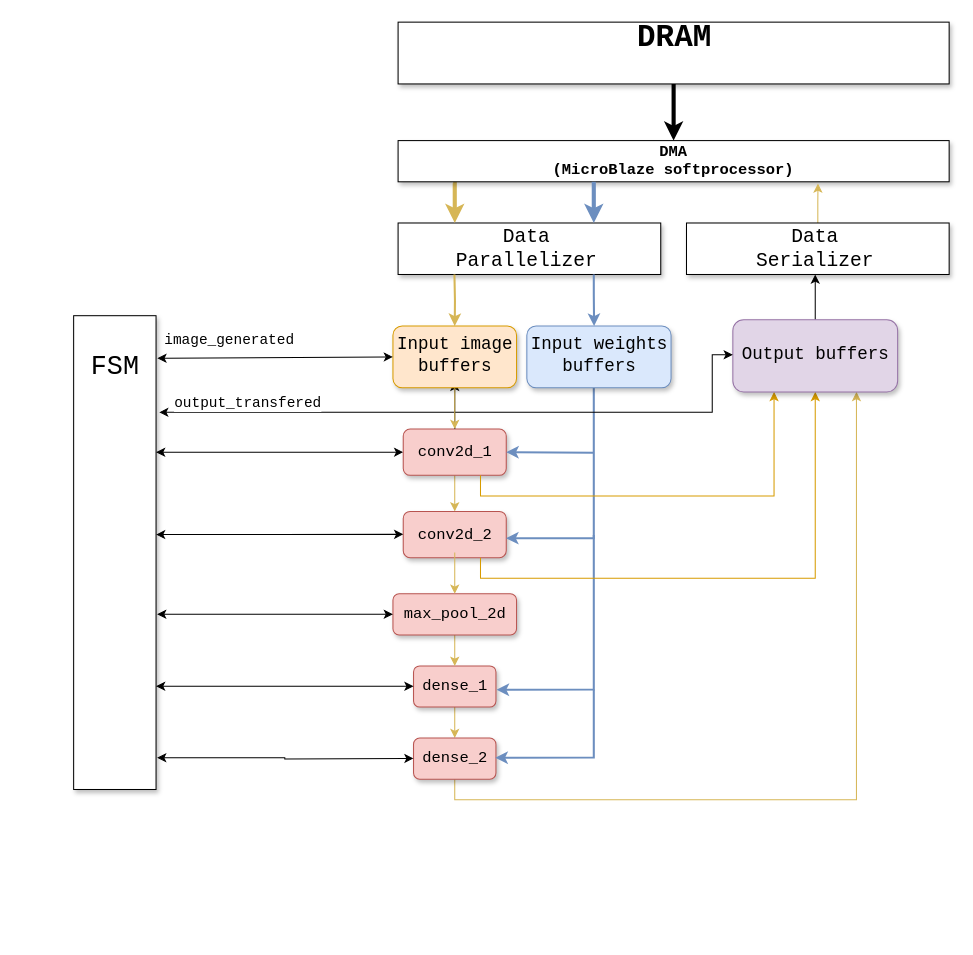
Earlier version of the draw.io diagram Accelerator architecture.drawio (RayWright27/SystemC-CNN-test-model). Source tidied: cells renumbered, new cells numbered last; positions are measured from the earlier drawing's top-left corner, leaving out a move shared by most shapes. Both pictures are drawn from the tidied source at 103%, with x=0, y=0 at pixel (73, 22).
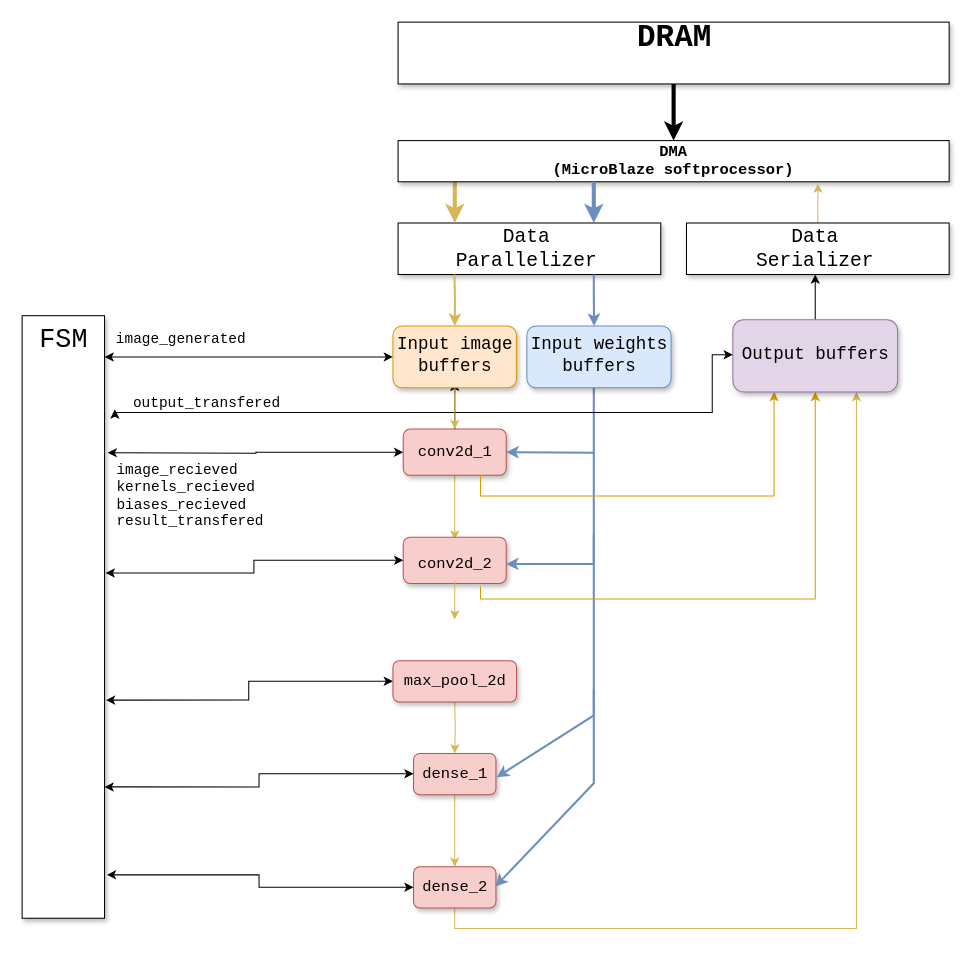
The same diagram, later.

The change refers to these unchanged cells:
```xml
<mxCell id="11" style="rounded=1;whiteSpace=wrap;html=1;shadow=1;fontFamily=Courier New;fontSize=26;fillColor=#f8cecc;strokeColor=#b85450;" parent="1" vertex="1">
  <mxGeometry x="320" y="395" width="100" height="45" as="geometry" />
</mxCell>
<mxCell id="40" style="rounded=1;whiteSpace=wrap;html=1;shadow=1;fontFamily=Courier New;fontSize=19;fillColor=#e1d5e7;strokeColor=#9673a6;" parent="1" vertex="1">
  <mxGeometry x="640" y="289" width="160" height="70" as="geometry" />
</mxCell>
<mxCell id="42" value="&lt;font style=&quot;font-size: 17px&quot;&gt;Output buffers&lt;/font&gt;" style="text;html=1;align=center;verticalAlign=middle;points=[];fillColor=none;strokeColor=none;rounded=0;shadow=1;fontFamily=Courier New;fontSize=19;" parent="1" vertex="1">
  <mxGeometry x="640" y="308" width="160" height="30" as="geometry" />
</mxCell>
```

Diff of the diagram source:
```diff
@@
-    <mxCell id="3" style="edgeStyle=orthogonalEdgeStyle;rounded=0;jettySize=auto;html=1;fontFamily=Courier New;fontSize=17;strokeColor=#000000;strokeWidth=1;exitX=1;exitY=0.288;exitDx=0;exitDy=0;exitPerimeter=0;startArrow=classic;startFill=1;" parent="1" edge="1" source="8" target="11">
-      <mxGeometry relative="1" as="geometry" />
+    <mxCell id="3" value="&lt;div&gt;image_recieved&lt;/div&gt;&lt;div&gt;kernels_recieved&lt;/div&gt;&lt;div&gt;biases_recieved&lt;/div&gt;&lt;div&gt;result_transfered&lt;br&gt;&lt;/div&gt;" style="edgeStyle=orthogonalEdgeStyle;rounded=0;jettySize=auto;html=1;fontFamily=Courier New;fontSize=14;strokeColor=#000000;strokeWidth=1;startArrow=classic;startFill=1;align=left;" parent="1" edge="1" target="11">
+      <mxGeometry x="-0.95" y="-42" relative="1" as="geometry">
+        <mxPoint x="33" y="418" as="sourcePoint" />
+      </mxGeometry>
     </mxCell>
@@
     <mxCell id="5" style="rounded=1;whiteSpace=wrap;html=1;shadow=1;fontFamily=Courier New;fontSize=15;fillColor=#f8cecc;strokeColor=#b85450;" parent="1" vertex="1">
-      <mxGeometry x="330" y="625" width="80" height="40" as="geometry" />
+      <mxGeometry x="330" y="710" width="80" height="40" as="geometry" />
     </mxCell>
-    <mxCell id="6" style="edgeStyle=orthogonalEdgeStyle;rounded=0;jettySize=auto;html=1;entryX=0.5;entryY=0;entryDx=0;entryDy=0;fontFamily=Courier New;fontSize=15;fillColor=#fff2cc;strokeColor=#d6b656;" parent="1" edge="1" source="7" target="5">
-      <mxGeometry relative="1" as="geometry" />
+    <mxCell id="6" style="edgeStyle=orthogonalEdgeStyle;rounded=0;jettySize=auto;html=1;entryX=0.5;entryY=0;entryDx=0;entryDy=0;fontFamily=Courier New;fontSize=15;fillColor=#fff2cc;strokeColor=#d6b656;" parent="1" edge="1" target="5">
+      <mxGeometry relative="1" as="geometry">
+        <mxPoint x="370" y="660" as="sourcePoint" />
+      </mxGeometry>
     </mxCell>
     <mxCell id="7" style="rounded=1;whiteSpace=wrap;html=1;shadow=1;fontFamily=Courier New;fontSize=15;fillColor=#f8cecc;strokeColor=#b85450;" parent="1" vertex="1">
-      <mxGeometry x="310" y="555" width="120" height="40" as="geometry" />
+      <mxGeometry x="310" y="620" width="120" height="40" as="geometry" />
     </mxCell>
     <mxCell id="8" style="rounded=0;whiteSpace=wrap;html=1;shadow=1;" parent="1" vertex="1">
-      <mxGeometry y="285" width="80" height="460" as="geometry" />
+      <mxGeometry x="-50" y="285" width="80" height="585" as="geometry" />
     </mxCell>
     <mxCell id="9" value="&lt;font style=&quot;font-size: 26px&quot; face=&quot;Courier New&quot;&gt;FSM&lt;/font&gt;" style="text;html=1;align=center;verticalAlign=middle;fillColor=none;strokeColor=none;rounded=0;shadow=1;sketch=0;glass=0;" parent="1" vertex="1">
-      <mxGeometry x="10" y="325" width="60" height="20" as="geometry" />
+      <mxGeometry x="-40" y="299" width="60" height="20" as="geometry" />
     </mxCell>
@@
     <mxCell id="14" style="rounded=1;whiteSpace=wrap;html=1;shadow=1;fontFamily=Courier New;fontSize=26;fillColor=#f8cecc;strokeColor=#b85450;" parent="1" vertex="1">
-      <mxGeometry x="320" y="475" width="100" height="45" as="geometry" />
+      <mxGeometry x="320" y="500" width="100" height="45" as="geometry" />
     </mxCell>
     <mxCell id="15" style="edgeStyle=orthogonalEdgeStyle;rounded=0;jettySize=auto;html=1;fontFamily=Courier New;fontSize=15;fillColor=#fff2cc;strokeColor=#d6b656;" parent="1" edge="1" source="16">
       <mxGeometry relative="1" as="geometry">
-        <mxPoint x="370" y="555" as="targetPoint" />
+        <mxPoint x="370" y="580" as="targetPoint" />
         <Array as="points">
-          <mxPoint x="370" y="545" />
-          <mxPoint x="370" y="545" />
+          <mxPoint x="370" y="570" />
+          <mxPoint x="370" y="570" />
         </Array>
       </mxGeometry>
     </mxCell>
     <mxCell id="16" value="&lt;font style=&quot;font-size: 15px&quot;&gt;conv2d_2&lt;/font&gt;" style="text;html=1;align=center;verticalAlign=middle;points=[];fillColor=none;strokeColor=none;rounded=0;shadow=1;fontFamily=Courier New;fontSize=26;" parent="1" vertex="1">
-      <mxGeometry x="325" y="475" width="90" height="40" as="geometry" />
+      <mxGeometry x="325" y="502.5" width="90" height="40" as="geometry" />
     </mxCell>
     <mxCell id="17" value="max_pool_2d" style="text;html=1;align=center;verticalAlign=middle;fillColor=none;strokeColor=none;rounded=0;shadow=1;fontFamily=Courier New;fontSize=15;" parent="1" vertex="1">
-      <mxGeometry x="315" y="565" width="110" height="20" as="geometry" />
+      <mxGeometry x="315" y="630" width="110" height="20" as="geometry" />
     </mxCell>
     <mxCell id="18" value="dense_1" style="text;html=1;align=center;verticalAlign=middle;points=[];fillColor=none;strokeColor=none;rounded=0;shadow=1;fontFamily=Courier New;fontSize=15;" parent="1" vertex="1">
-      <mxGeometry x="330" y="635" width="80" height="20" as="geometry" />
+      <mxGeometry x="330" y="720" width="80" height="20" as="geometry" />
     </mxCell>
@@
     <mxCell id="20" style="rounded=1;whiteSpace=wrap;html=1;shadow=1;fontFamily=Courier New;fontSize=15;fillColor=#f8cecc;strokeColor=#b85450;" parent="1" vertex="1">
-      <mxGeometry x="330" y="695" width="80" height="40" as="geometry" />
+      <mxGeometry x="330" y="820" width="80" height="40" as="geometry" />
     </mxCell>
     <mxCell id="21" value="dense_2" style="text;html=1;align=center;verticalAlign=middle;points=[];fillColor=none;strokeColor=none;rounded=0;shadow=1;fontFamily=Courier New;fontSize=15;" parent="1" vertex="1">
-      <mxGeometry x="330" y="705" width="80" height="20" as="geometry" />
+      <mxGeometry x="330" y="830" width="80" height="20" as="geometry" />
     </mxCell>
@@
     <mxCell id="31" style="endArrow=classic;html=1;rounded=0;fontFamily=Courier New;fontSize=19;strokeColor=#6c8ebf;strokeWidth=2;fillColor=#dae8fc;entryX=0.998;entryY=0.578;entryDx=0;entryDy=0;entryPerimeter=0;" parent="1" edge="1" target="14">
       <mxGeometry relative="1" as="geometry">
         <mxPoint x="505" y="355" as="sourcePoint" />
         <Array as="points">
-          <mxPoint x="505" y="501" />
+          <mxPoint x="505" y="526" />
         </Array>
       </mxGeometry>
     </mxCell>
     <mxCell id="32" style="endArrow=classic;html=1;rounded=0;fontFamily=Courier New;fontSize=19;strokeColor=#6c8ebf;strokeWidth=2;fillColor=#dae8fc;entryX=1.008;entryY=0.66;entryDx=0;entryDy=0;entryPerimeter=0;" parent="1" edge="1" target="18">
       <mxGeometry relative="1" as="geometry">
         <mxPoint x="505" y="498" as="sourcePoint" />
         <Array as="points">
-          <mxPoint x="505" y="648" />
+          <mxPoint x="505" y="673" />
         </Array>
       </mxGeometry>
     </mxCell>
     <mxCell id="33" style="endArrow=classic;html=1;rounded=0;fontFamily=Courier New;fontSize=19;strokeColor=#6c8ebf;strokeWidth=2;fillColor=#dae8fc;entryX=0.993;entryY=0.46;entryDx=0;entryDy=0;entryPerimeter=0;" parent="1" edge="1" target="21">
       <mxGeometry relative="1" as="geometry">
         <mxPoint x="505" y="648" as="sourcePoint" />
         <Array as="points">
           <mxPoint x="505" y="714" />
+          <mxPoint x="505" y="739" />
         </Array>
       </mxGeometry>
     </mxCell>
@@
-    <mxCell id="38" style="edgeStyle=orthogonalEdgeStyle;rounded=0;jettySize=auto;html=1;entryX=0.75;entryY=1;entryDx=0;entryDy=0;fontFamily=Courier New;fontSize=17;startArrow=classic;startFill=1;strokeColor=#d79b00;strokeWidth=1;endArrow=none;endFill=0;fillColor=#ffe6cc;" parent="1" edge="1" source="40" target="14">
+    <mxCell id="38" style="edgeStyle=orthogonalEdgeStyle;rounded=0;jettySize=auto;html=1;fontFamily=Courier New;fontSize=17;startArrow=classic;startFill=1;strokeColor=#d79b00;strokeWidth=1;endArrow=none;endFill=0;fillColor=#ffe6cc;entryX=0.75;entryY=1.059;entryDx=0;entryDy=0;entryPerimeter=0;" parent="1" edge="1" source="40" target="14">
       <mxGeometry relative="1" as="geometry">
         <Array as="points">
-          <mxPoint x="720" y="540" />
-          <mxPoint x="395" y="540" />
+          <mxPoint x="720" y="560" />
+          <mxPoint x="395" y="560" />
         </Array>
       </mxGeometry>
     </mxCell>
@@
-    <mxCell id="41" value="&lt;font style=&quot;font-size: 14px;&quot;&gt;output_transfered&lt;/font&gt;" style="edgeStyle=orthogonalEdgeStyle;rounded=0;jettySize=auto;html=1;fontFamily=Courier New;fontSize=14;startArrow=classic;startFill=1;strokeColor=#000000;strokeWidth=1;entryX=1.038;entryY=0.204;entryDx=0;entryDy=0;entryPerimeter=0;" parent="1" edge="1" source="42" target="8">
+    <mxCell id="41" value="&lt;font style=&quot;font-size: 14px;&quot;&gt;output_transfered&lt;/font&gt;" style="edgeStyle=orthogonalEdgeStyle;rounded=0;jettySize=auto;html=1;fontFamily=Courier New;fontSize=14;startArrow=classic;startFill=1;strokeColor=#000000;strokeWidth=1;" parent="1" edge="1" source="42">
       <mxGeometry x="0.72" y="-9" relative="1" as="geometry">
+        <mxPoint x="40" y="376" as="targetPoint" />
         <Array as="points">
           <mxPoint x="620" y="323" />
           <mxPoint x="620" y="379" />
+          <mxPoint x="40" y="379" />
+          <mxPoint x="40" y="376" />
         </Array>
       </mxGeometry>
     </mxCell>
@@
-    <mxCell id="49" style="endArrow=classic;html=1;rounded=0;fontFamily=Courier New;fontSize=17;strokeColor=#000000;strokeWidth=1;startArrow=classic;startFill=1;exitX=1.016;exitY=0.09;exitDx=0;exitDy=0;exitPerimeter=0;" parent="1" edge="1" source="8">
+    <mxCell id="49" style="endArrow=classic;html=1;rounded=0;fontFamily=Courier New;fontSize=17;strokeColor=#000000;strokeWidth=1;startArrow=classic;startFill=1;" parent="1" edge="1">
       <mxGeometry relative="1" as="geometry">
+        <mxPoint x="30" y="325" as="sourcePoint" />
         <mxPoint x="310" y="325" as="targetPoint" />
       </mxGeometry>
     </mxCell>
@@
-    <mxCell id="51" style="edgeStyle=orthogonalEdgeStyle;rounded=0;jettySize=auto;html=1;fontFamily=Courier New;fontSize=17;strokeColor=#000000;strokeWidth=1;exitX=1;exitY=0.462;exitDx=0;exitDy=0;exitPerimeter=0;startArrow=classic;startFill=1;" parent="1" edge="1" source="8">
-      <mxGeometry relative="1" as="geometry">
-        <mxPoint x="320" y="497.3" as="targetPoint" />
-      </mxGeometry>
+    <mxCell id="51" style="edgeStyle=orthogonalEdgeStyle;rounded=0;jettySize=auto;html=1;fontFamily=Courier New;fontSize=17;strokeColor=#000000;strokeWidth=1;exitX=1.013;exitY=0.427;exitDx=0;exitDy=0;exitPerimeter=0;startArrow=classic;startFill=1;entryX=0;entryY=0.5;entryDx=0;entryDy=0;" parent="1" edge="1" source="8" target="14">
+      <mxGeometry relative="1" as="geometry" />
     </mxCell>
-    <mxCell id="52" style="edgeStyle=orthogonalEdgeStyle;rounded=0;jettySize=auto;html=1;fontFamily=Courier New;fontSize=17;strokeColor=#000000;strokeWidth=1;exitX=1.013;exitY=0.63;exitDx=0;exitDy=0;exitPerimeter=0;startArrow=classic;startFill=1;" parent="1" edge="1" source="8">
-      <mxGeometry relative="1" as="geometry">
-        <mxPoint x="310" y="574.8" as="targetPoint" />
-      </mxGeometry>
+    <mxCell id="52" style="edgeStyle=orthogonalEdgeStyle;rounded=0;jettySize=auto;html=1;fontFamily=Courier New;fontSize=17;strokeColor=#000000;strokeWidth=1;exitX=1.018;exitY=0.638;exitDx=0;exitDy=0;exitPerimeter=0;startArrow=classic;startFill=1;entryX=0;entryY=0.5;entryDx=0;entryDy=0;" parent="1" edge="1" source="8" target="7">
+      <mxGeometry relative="1" as="geometry" />
     </mxCell>
@@
-    <mxCell id="54" style="edgeStyle=orthogonalEdgeStyle;rounded=0;jettySize=auto;html=1;fontFamily=Courier New;fontSize=17;strokeColor=#000000;strokeWidth=1;exitX=1.013;exitY=0.933;exitDx=0;exitDy=0;exitPerimeter=0;startArrow=classic;startFill=1;entryX=0;entryY=0.49;entryDx=0;entryDy=0;entryPerimeter=0;" parent="1" edge="1" source="8">
-      <mxGeometry relative="1" as="geometry">
-        <mxPoint x="330" y="714.8" as="targetPoint" />
-      </mxGeometry>
+    <mxCell id="54" style="edgeStyle=orthogonalEdgeStyle;rounded=0;jettySize=auto;html=1;fontFamily=Courier New;fontSize=17;strokeColor=#000000;strokeWidth=1;exitX=1.028;exitY=0.928;exitDx=0;exitDy=0;exitPerimeter=0;startArrow=classic;startFill=1;entryX=0;entryY=0.5;entryDx=0;entryDy=0;entryPerimeter=0;" parent="1" edge="1" source="8" target="21">
+      <mxGeometry relative="1" as="geometry" />
     </mxCell>
```
